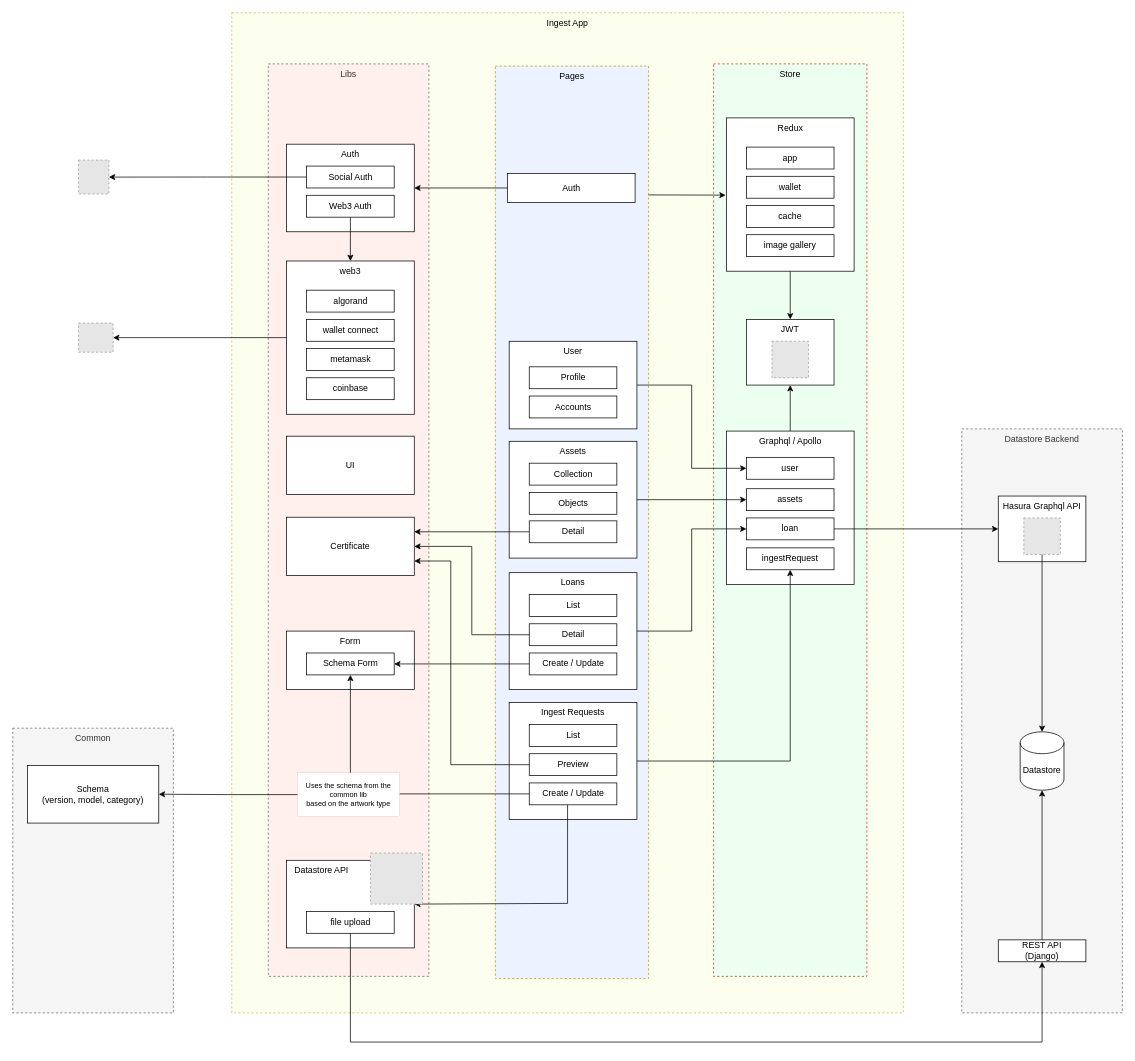
This is test-2.drawio from tobi-tobsen-berlin/diagrams, a draw.io file, before an edit. Source tidied: cells renumbered, new cells numbered last; positions are measured from the earlier drawing's top-left corner, leaving out a move shared by most shapes. Both pictures are drawn from the tidied source at 73%, with x=0, y=0 at pixel (12, 12). Pictures stored in the file or linked from it are replaced by grey dashed boxes.
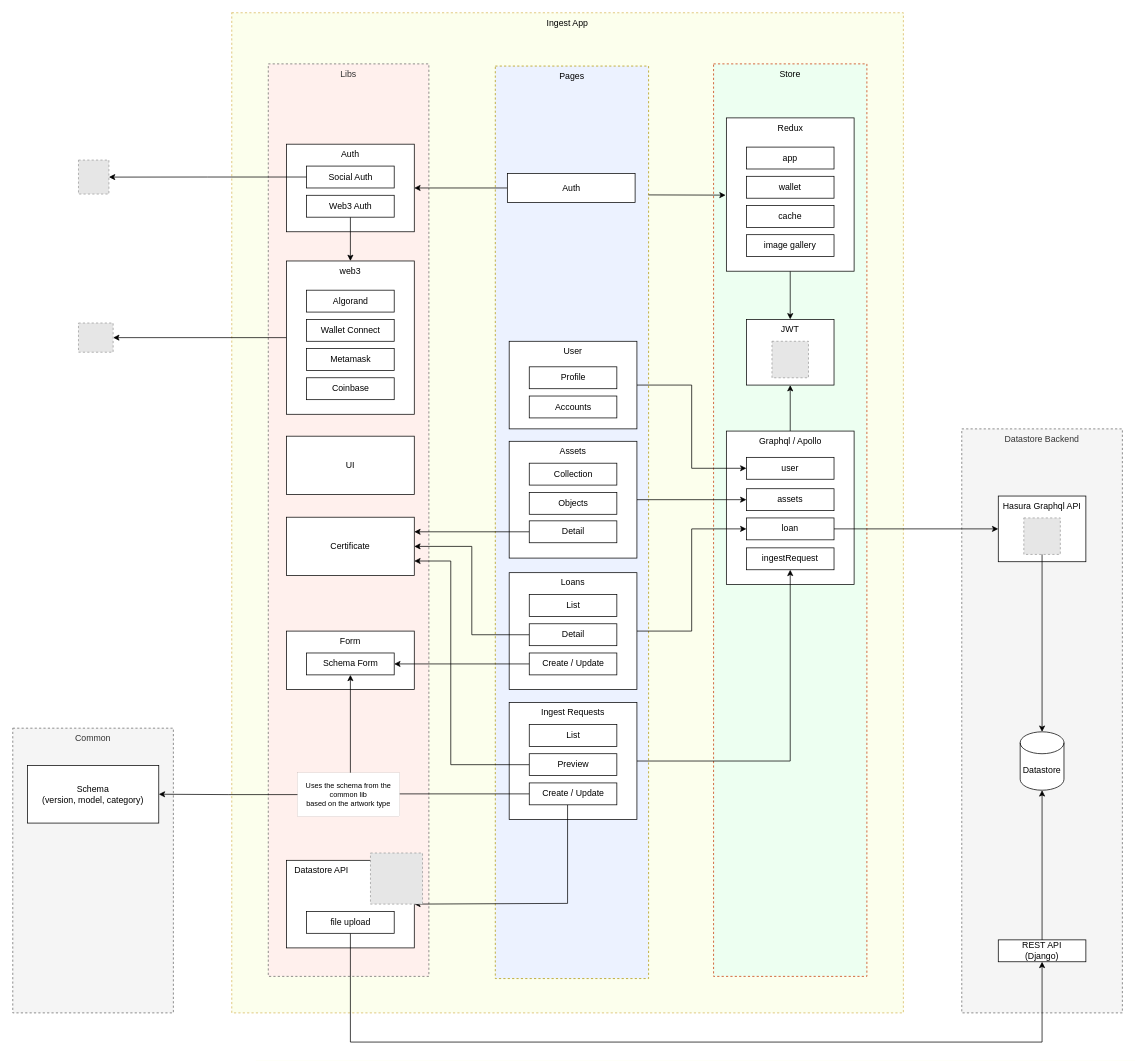
Above is the later version.

Diff of the diagram source:
```diff
@@
-    <mxCell id="24" value="algorand" style="rounded=0;whiteSpace=wrap;html=1;" parent="1" vertex="1">
+    <mxCell id="24" value="Algorand" style="rounded=0;whiteSpace=wrap;html=1;" parent="1" vertex="1">
       <mxGeometry x="402.5" y="380" width="120" height="30" as="geometry" />
     </mxCell>
-    <mxCell id="25" value="wallet connect" style="rounded=0;whiteSpace=wrap;html=1;" parent="1" vertex="1">
+    <mxCell id="25" value="Wallet Connect" style="rounded=0;whiteSpace=wrap;html=1;" parent="1" vertex="1">
       <mxGeometry x="402.5" y="420" width="120" height="30" as="geometry" />
     </mxCell>
-    <mxCell id="26" value="metamask" style="rounded=0;whiteSpace=wrap;html=1;" parent="1" vertex="1">
+    <mxCell id="26" value="Metamask" style="rounded=0;whiteSpace=wrap;html=1;" parent="1" vertex="1">
       <mxGeometry x="402.5" y="460" width="120" height="30" as="geometry" />
     </mxCell>
-    <mxCell id="27" value="coinbase" style="rounded=0;whiteSpace=wrap;html=1;" parent="1" vertex="1">
+    <mxCell id="27" value="Coinbase" style="rounded=0;whiteSpace=wrap;html=1;" parent="1" vertex="1">
       <mxGeometry x="402.5" y="500" width="120" height="30" as="geometry" />
     </mxCell>
```
